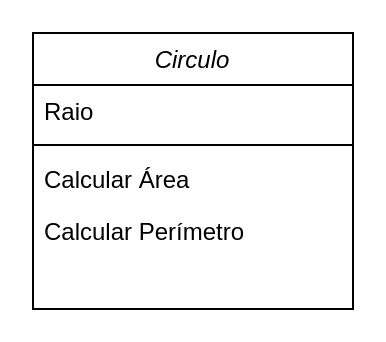
Earlier version of the draw.io diagram Programação Orientada a Objetos/Atividades/Atividade Extra - Abstrações/UML/Circulo.drawio (kawasousa/IFPI-ADS). Source tidied: cells renumbered, new cells numbered last; positions are measured from the earlier drawing's top-left corner, leaving out a move shared by most shapes. Both pictures are drawn from the tidied source at 200%, with x=0, y=0 at pixel (32, 32).
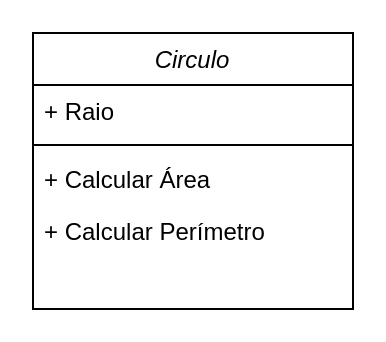
The same diagram, later.

Change to the diagram source:
```diff
@@
 <mxGraphModel>
   <root>
     <mxCell id="0" />
     <mxCell id="1" parent="0" />
     <mxCell id="2" value="Circulo" style="swimlane;fontStyle=2;align=center;verticalAlign=top;horizontal=1;startSize=26;rounded=0;shadow=0;strokeWidth=1;" parent="1" vertex="1">
       <mxGeometry width="160" height="138" as="geometry" />
     </mxCell>
-    <mxCell id="3" value="Raio" style="text;align=left;verticalAlign=top;spacingLeft=4;spacingRight=4;overflow=hidden;" parent="2" vertex="1">
+    <mxCell id="3" value="+ Raio" style="text;align=left;verticalAlign=top;spacingLeft=4;spacingRight=4;overflow=hidden;" parent="2" vertex="1">
       <mxGeometry y="26" width="160" height="26" as="geometry" />
     </mxCell>
     <mxCell id="4" style="line;html=1;strokeWidth=1;align=left;verticalAlign=middle;spacingTop=-1;spacingLeft=3;spacingRight=3;labelPosition=right;" parent="2" vertex="1">
       <mxGeometry y="52" width="160" height="8" as="geometry" />
     </mxCell>
-    <mxCell id="5" value="Calcular Área" style="text;align=left;verticalAlign=top;spacingLeft=4;spacingRight=4;overflow=hidden;" parent="2" vertex="1">
+    <mxCell id="5" value="+ Calcular Área" style="text;align=left;verticalAlign=top;spacingLeft=4;spacingRight=4;overflow=hidden;" parent="2" vertex="1">
       <mxGeometry y="60" width="160" height="26" as="geometry" />
     </mxCell>
-    <mxCell id="6" value="Calcular Perímetro" style="text;align=left;verticalAlign=top;spacingLeft=4;spacingRight=4;overflow=hidden;" parent="2" vertex="1">
+    <mxCell id="6" value="+ Calcular Perímetro" style="text;align=left;verticalAlign=top;spacingLeft=4;spacingRight=4;overflow=hidden;" parent="2" vertex="1">
       <mxGeometry y="86" width="160" height="26" as="geometry" />
     </mxCell>
   </root>
 </mxGraphModel>
```
